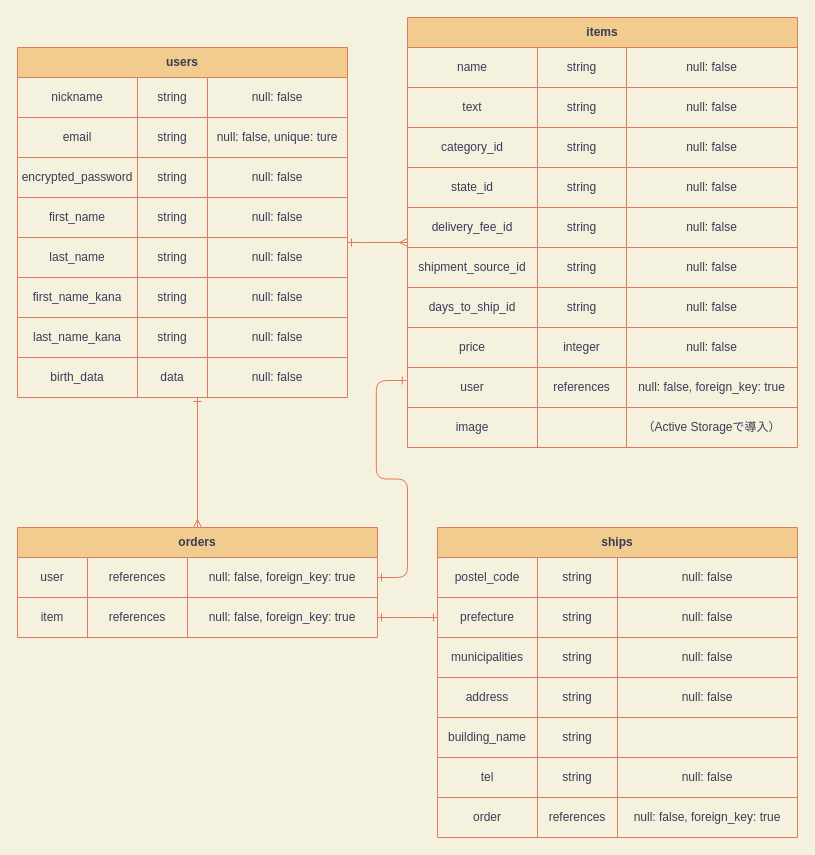
MinnaHajimehaTamago/furima-323343 keeps this draw.io diagram as ER.dio. Above is the earlier version. Source tidied: cells renumbered, new cells numbered last; positions are measured from the earlier drawing's top-left corner, leaving out a move shared by most shapes. Both pictures are drawn from the tidied source at 100%, with x=0, y=0 at pixel (17, 17).
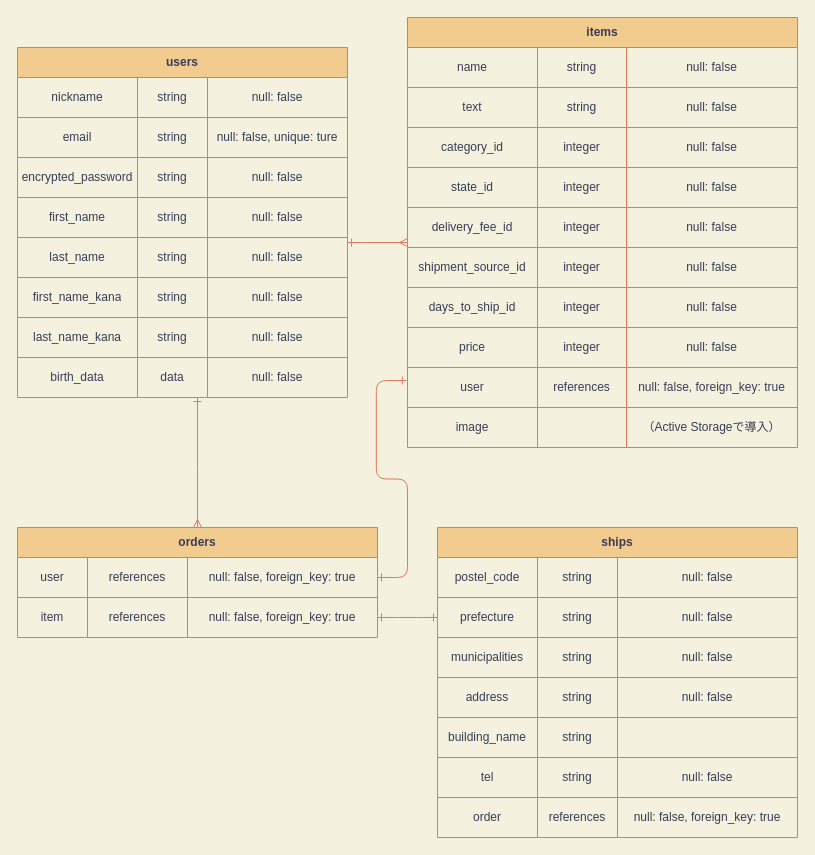
Above is the later version.

Commit message (it also covers changes not shown here):
データ型の修正、ER図修正

The change refers to these unchanged cells:
```xml
<mxCell id="46" style="shape=partialRectangle;html=1;whiteSpace=wrap;fillColor=none;top=0;left=0;bottom=0;right=0;fontColor=#393C56;strokeColor=#E07A5F;labelBackgroundColor=none;" parent="37" vertex="1">
  <mxGeometry y="110" width="390" height="40" as="geometry" />
</mxCell>
<mxCell id="50" style="shape=partialRectangle;html=1;whiteSpace=wrap;fillColor=none;top=0;left=0;bottom=0;right=0;fontColor=#393C56;strokeColor=#E07A5F;labelBackgroundColor=none;" parent="37" vertex="1">
  <mxGeometry y="150" width="390" height="40" as="geometry" />
</mxCell>
<mxCell id="54" style="shape=partialRectangle;html=1;whiteSpace=wrap;fillColor=none;top=0;left=0;bottom=0;right=0;fontColor=#393C56;strokeColor=#E07A5F;labelBackgroundColor=none;" parent="37" vertex="1">
  <mxGeometry y="190" width="390" height="40" as="geometry" />
</mxCell>
<mxCell id="58" style="shape=partialRectangle;html=1;whiteSpace=wrap;fillColor=none;top=0;left=0;bottom=0;right=0;fontColor=#393C56;strokeColor=#E07A5F;labelBackgroundColor=none;" parent="37" vertex="1">
  <mxGeometry y="230" width="390" height="40" as="geometry" />
</mxCell>
<mxCell id="62" style="shape=partialRectangle;html=1;whiteSpace=wrap;fillColor=none;top=0;left=0;bottom=0;right=0;fontColor=#393C56;strokeColor=#E07A5F;labelBackgroundColor=none;" parent="37" vertex="1">
  <mxGeometry y="270" width="390" height="40" as="geometry" />
</mxCell>
```

Diff of the diagram source:
```diff
@@
-    <mxCell id="48" value="string" style="shape=partialRectangle;html=1;whiteSpace=wrap;fillColor=none;top=0;left=0;bottom=0;right=0;overflow=hidden;fontColor=#393C56;strokeColor=#E07A5F;labelBackgroundColor=none;" parent="46" vertex="1">
+    <mxCell id="48" value="integer" style="shape=partialRectangle;html=1;whiteSpace=wrap;fillColor=none;top=0;left=0;bottom=0;right=0;overflow=hidden;fontColor=#393C56;strokeColor=#E07A5F;labelBackgroundColor=none;" parent="46" vertex="1">
       <mxGeometry x="130" width="89" height="40" as="geometry" />
     </mxCell>
@@
-    <mxCell id="52" value="string" style="shape=partialRectangle;html=1;whiteSpace=wrap;fillColor=none;top=0;left=0;bottom=0;right=0;overflow=hidden;fontColor=#393C56;strokeColor=#E07A5F;labelBackgroundColor=none;" parent="50" vertex="1">
+    <mxCell id="52" value="integer" style="shape=partialRectangle;html=1;whiteSpace=wrap;fillColor=none;top=0;left=0;bottom=0;right=0;overflow=hidden;fontColor=#393C56;strokeColor=#E07A5F;labelBackgroundColor=none;" parent="50" vertex="1">
       <mxGeometry x="130" width="89" height="40" as="geometry" />
     </mxCell>
@@
-    <mxCell id="56" value="string" style="shape=partialRectangle;html=1;whiteSpace=wrap;fillColor=none;top=0;left=0;bottom=0;right=0;overflow=hidden;fontColor=#393C56;strokeColor=#E07A5F;labelBackgroundColor=none;" parent="54" vertex="1">
+    <mxCell id="56" value="integer" style="shape=partialRectangle;html=1;whiteSpace=wrap;fillColor=none;top=0;left=0;bottom=0;right=0;overflow=hidden;fontColor=#393C56;strokeColor=#E07A5F;labelBackgroundColor=none;" parent="54" vertex="1">
       <mxGeometry x="130" width="89" height="40" as="geometry" />
     </mxCell>
@@
-    <mxCell id="60" value="string" style="shape=partialRectangle;html=1;whiteSpace=wrap;fillColor=none;top=0;left=0;bottom=0;right=0;overflow=hidden;fontColor=#393C56;strokeColor=#E07A5F;labelBackgroundColor=none;" parent="58" vertex="1">
+    <mxCell id="60" value="integer" style="shape=partialRectangle;html=1;whiteSpace=wrap;fillColor=none;top=0;left=0;bottom=0;right=0;overflow=hidden;fontColor=#393C56;strokeColor=#E07A5F;labelBackgroundColor=none;" parent="58" vertex="1">
       <mxGeometry x="130" width="89" height="40" as="geometry" />
     </mxCell>
@@
-    <mxCell id="64" value="string" style="shape=partialRectangle;html=1;whiteSpace=wrap;fillColor=none;top=0;left=0;bottom=0;right=0;overflow=hidden;fontColor=#393C56;strokeColor=#E07A5F;labelBackgroundColor=none;" parent="62" vertex="1">
+    <mxCell id="64" value="integer" style="shape=partialRectangle;html=1;whiteSpace=wrap;fillColor=none;top=0;left=0;bottom=0;right=0;overflow=hidden;fontColor=#393C56;strokeColor=#E07A5F;labelBackgroundColor=none;" parent="62" vertex="1">
       <mxGeometry x="130" width="89" height="40" as="geometry" />
     </mxCell>
```
